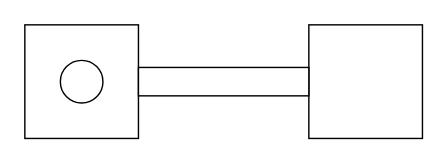
LivelyKernel/lively4-core keeps this draw.io diagram as demos/swd21/pipes-and-filters/simplePipeline.drawio. Above is the earlier version. Source tidied: cells renumbered, new cells numbered last; positions are measured from the earlier drawing's top-left corner, leaving out a move shared by most shapes. Both pictures are drawn from the tidied source at 142%, with x=0, y=0 at pixel (24, 24).
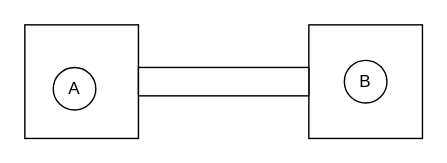
After the change.

Commit message (it also covers changes not shown here):
AUTO-COMMIT demos/swd21/pipes-and-filters/simplePipeline.drawio

Diff of the diagram source:
```diff
@@
 <mxGraphModel background="#ffffff">
   <root>
     <mxCell id="0" />
     <mxCell id="1" parent="0" />
     <mxCell id="2" style="whiteSpace=wrap;html=1;rounded=0;shadow=0;sketch=0;glass=0;imageAspect=1;id=testId1;" parent="1" vertex="1">
       <mxGeometry width="80" height="80" as="geometry" />
     </mxCell>
     <mxCell id="3" style="whiteSpace=wrap;html=1;" parent="1" vertex="1">
       <mxGeometry x="200" width="80" height="80" as="geometry" />
     </mxCell>
     <mxCell id="4" style="rounded=0;whiteSpace=wrap;html=1;" parent="1" vertex="1">
       <mxGeometry x="80" y="30" width="120" height="20" as="geometry" />
     </mxCell>
-    <mxCell id="5" style="ellipse;whiteSpace=wrap;html=1;" parent="1" vertex="1">
-      <mxGeometry x="25" y="25" width="30" height="30" as="geometry" />
+    <mxCell id="5" value="A" style="ellipse;whiteSpace=wrap;html=1;fillOpacity=100;noLabel=0;" parent="1" vertex="1">
+      <mxGeometry x="20" y="30" width="30" height="30" as="geometry" />
     </mxCell>
+    <mxCell id="6" value="B" style="ellipse;whiteSpace=wrap;html=1;fillOpacity=100;noLabel=0;" parent="1" vertex="1">
+      <mxGeometry x="225" y="25" width="30" height="30" as="geometry" />
+    </mxCell>
   </root>
 </mxGraphModel>
```
